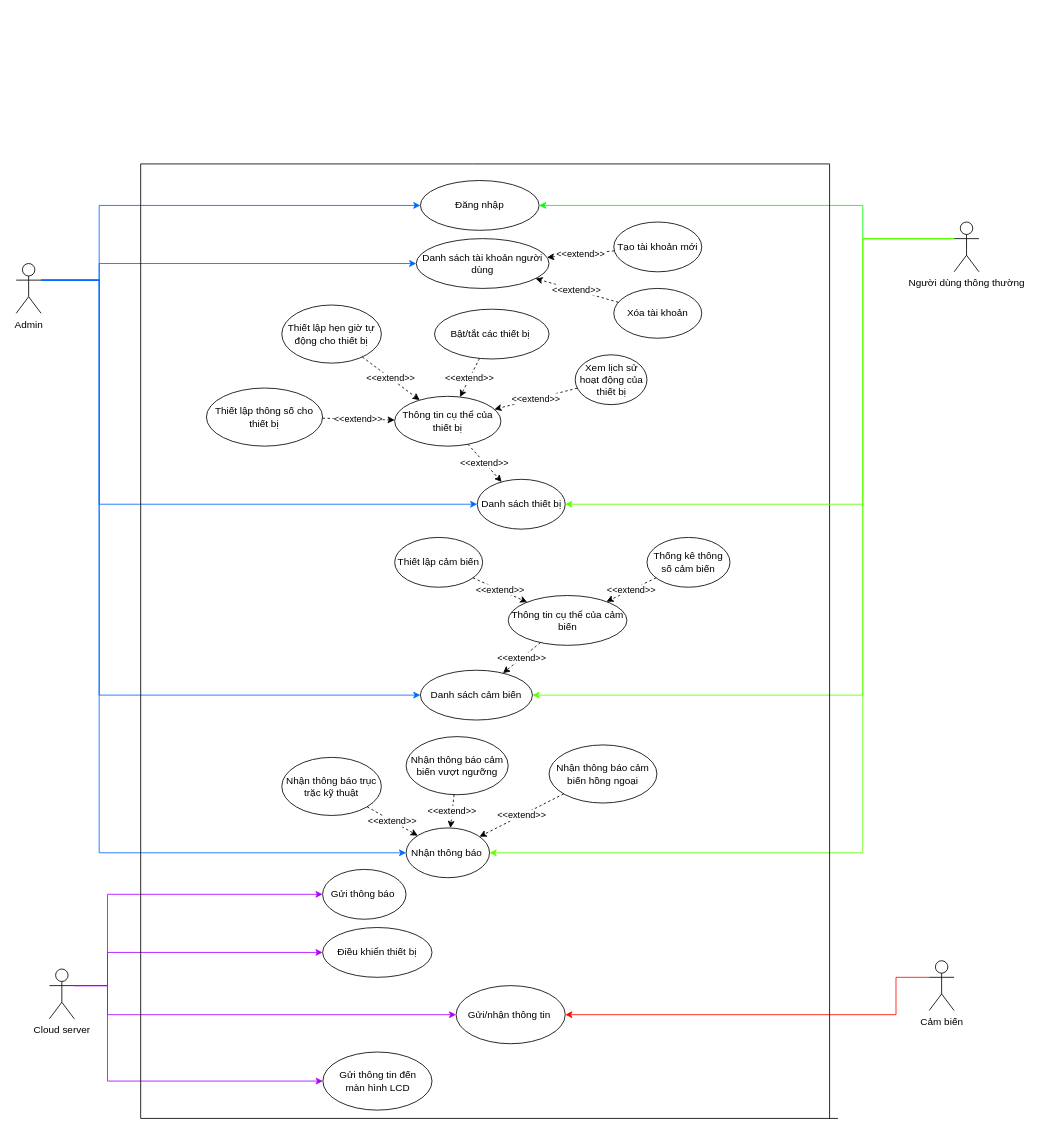
astr0tas/Smart-Home-CNPM keeps this draw.io diagram as Week 2/Use case diagram.drawio. Above is the earlier version. Source tidied: cells renumbered, new cells numbered last; positions are measured from the earlier drawing's top-left corner, leaving out a move shared by most shapes. Both pictures are drawn from the tidied source at 83%, with x=0, y=0 at pixel (16, 164).
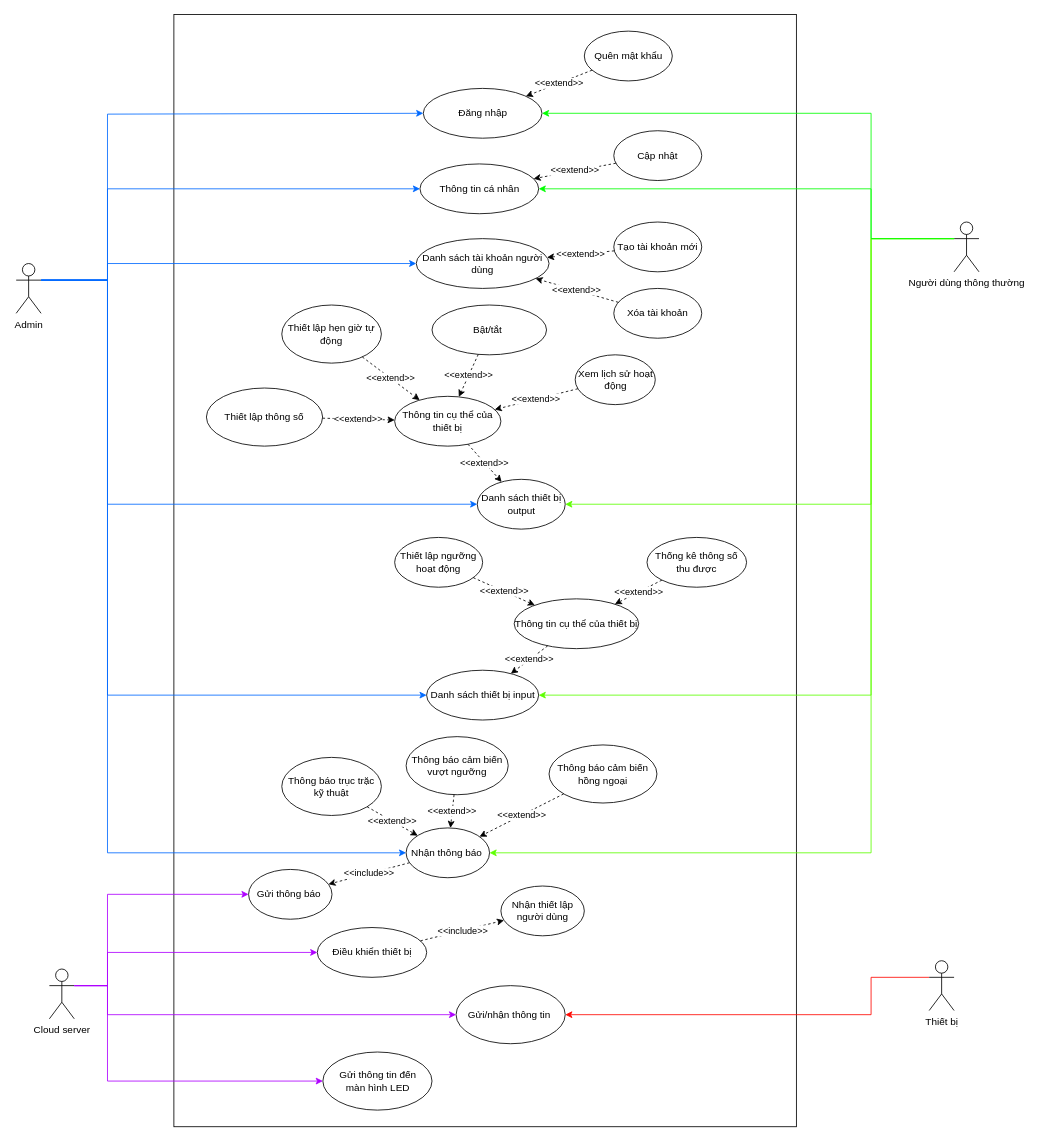
The same diagram, later.

The change refers to these unchanged cells:
```xml
<mxCell id="2" value="Admin" style="shape=umlActor;verticalLabelPosition=bottom;verticalAlign=top;html=1;outlineConnect=0;" parent="1" vertex="1">
  <mxGeometry y="120" width="30" height="60" as="geometry" />
</mxCell>
<mxCell id="12" value="Người dùng thông thường" style="shape=umlActor;verticalLabelPosition=bottom;verticalAlign=top;html=1;outlineConnect=0;" parent="1" vertex="1">
  <mxGeometry x="1130" y="70" width="30" height="60" as="geometry" />
</mxCell>
<mxCell id="16" value="Danh sách tài khoản người dùng" style="ellipse;whiteSpace=wrap;html=1;" parent="1" vertex="1">
  <mxGeometry x="482" y="90" width="160" height="60" as="geometry" />
</mxCell>
<mxCell id="37" value="Nhận thông báo&amp;nbsp;" style="ellipse;whiteSpace=wrap;html=1;" parent="1" vertex="1">
  <mxGeometry x="469.8" y="800" width="100.5" height="60" as="geometry" />
</mxCell>
<mxCell id="41" value="Gửi/nhận thông tin&amp;nbsp;" style="ellipse;whiteSpace=wrap;html=1;" parent="1" vertex="1">
  <mxGeometry x="530" y="990" width="131.5" height="70" as="geometry" />
</mxCell>
```

Diff of the diagram source:
```diff
@@
+    <mxCell id="56" style="rounded=0;whiteSpace=wrap;html=1;" parent="1" vertex="1">
+      <mxGeometry x="190" y="-180" width="750" height="1340" as="geometry" />
+    </mxCell>
@@
     <mxCell id="3" value="Đăng nhập" style="ellipse;whiteSpace=wrap;html=1;" parent="1" vertex="1">
-      <mxGeometry x="487" y="20" width="143" height="60" as="geometry" />
+      <mxGeometry x="490.5" y="-91" width="143" height="60" as="geometry" />
     </mxCell>
@@
-    <mxCell id="5" value="Danh sách thiết bị" style="ellipse;whiteSpace=wrap;html=1;" parent="1" vertex="1">
+    <mxCell id="5" value="Danh sách thiết bị output" style="ellipse;whiteSpace=wrap;html=1;" parent="1" vertex="1">
       <mxGeometry x="555.5" y="380" width="106" height="60" as="geometry" />
     </mxCell>
-    <mxCell id="6" value="Bật/tắt các thiết bị&amp;nbsp;" style="ellipse;whiteSpace=wrap;html=1;" parent="1" vertex="1">
-      <mxGeometry x="504" y="175" width="138" height="60" as="geometry" />
+    <mxCell id="6" value="Bật/tắt&amp;nbsp;" style="ellipse;whiteSpace=wrap;html=1;" parent="1" vertex="1">
+      <mxGeometry x="501" y="170" width="138" height="60" as="geometry" />
     </mxCell>
-    <mxCell id="7" value="Thiết lập hẹn giờ tự động cho thiết bị" style="ellipse;whiteSpace=wrap;html=1;" parent="1" vertex="1">
+    <mxCell id="7" value="Thiết lập hẹn giờ tự động" style="ellipse;whiteSpace=wrap;html=1;" parent="1" vertex="1">
       <mxGeometry x="320" y="170" width="120" height="70" as="geometry" />
     </mxCell>
     <mxCell id="8" style="endArrow=classic;html=1;rounded=0;entryX=0;entryY=0.5;entryDx=0;entryDy=0;exitX=1;exitY=0.3333333333333333;exitDx=0;exitDy=0;exitPerimeter=0;edgeStyle=orthogonalEdgeStyle;fillColor=#dae8fc;strokeColor=#006aff;startArrow=none;" parent="1" edge="1" source="2" target="3">
       <mxGeometry relative="1" as="geometry">
         <Array as="points">
-          <mxPoint x="100" y="140" />
-          <mxPoint x="100" y="50" />
+          <mxPoint x="110" y="140" />
+          <mxPoint x="110" y="-60" />
         </Array>
       </mxGeometry>
     </mxCell>
     <mxCell id="9" style="endArrow=classic;html=1;rounded=0;exitX=1;exitY=0.3333333333333333;exitDx=0;exitDy=0;exitPerimeter=0;edgeStyle=orthogonalEdgeStyle;fillColor=#dae8fc;strokeColor=#006aff;entryX=0;entryY=0.5;entryDx=0;entryDy=0;" parent="1" edge="1" source="2" target="5">
       <mxGeometry relative="1" as="geometry">
         <Array as="points">
-          <mxPoint x="100" y="140" />
-          <mxPoint x="100" y="410" />
+          <mxPoint x="110" y="140" />
+          <mxPoint x="110" y="410" />
         </Array>
       </mxGeometry>
     </mxCell>
     <mxCell id="10" style="edgeStyle=orthogonalEdgeStyle;rounded=0;jettySize=auto;html=1;exitX=0;exitY=0.3333333333333333;exitDx=0;exitDy=0;exitPerimeter=0;entryX=1;entryY=0.5;entryDx=0;entryDy=0;fillColor=#e51400;strokeColor=#FF0800;" parent="1" edge="1" source="11" target="41">
       <mxGeometry relative="1" as="geometry">
         <Array as="points">
-          <mxPoint x="1060" y="1025" />
+          <mxPoint x="1030" y="980" />
+          <mxPoint x="1030" y="1025" />
         </Array>
       </mxGeometry>
     </mxCell>
-    <mxCell id="11" value="Cảm biến" style="shape=umlActor;verticalLabelPosition=bottom;verticalAlign=top;html=1;outlineConnect=0;" parent="1" vertex="1">
+    <mxCell id="11" value="Thiết bị" style="shape=umlActor;verticalLabelPosition=bottom;verticalAlign=top;html=1;outlineConnect=0;" parent="1" vertex="1">
       <mxGeometry x="1100" y="960" width="30" height="60" as="geometry" />
     </mxCell>
@@
     <mxCell id="13" style="endArrow=classic;html=1;rounded=0;exitX=0;exitY=0.3333333333333333;exitDx=0;exitDy=0;exitPerimeter=0;entryX=1;entryY=0.5;entryDx=0;entryDy=0;edgeStyle=orthogonalEdgeStyle;fillColor=#008a00;strokeColor=#00ff00;" parent="1" edge="1" source="12" target="3">
       <mxGeometry relative="1" as="geometry">
         <Array as="points">
-          <mxPoint x="1020" y="90" />
-          <mxPoint x="1020" y="50" />
+          <mxPoint x="1030" y="90" />
+          <mxPoint x="1030" y="-61" />
         </Array>
       </mxGeometry>
     </mxCell>
@@
     <mxCell id="17" style="endArrow=classic;html=1;rounded=0;exitX=1;exitY=0.3333333333333333;exitDx=0;exitDy=0;exitPerimeter=0;entryX=0;entryY=0.5;entryDx=0;entryDy=0;edgeStyle=orthogonalEdgeStyle;fillColor=#dae8fc;strokeColor=#006aff;" parent="1" edge="1" source="2" target="16">
       <mxGeometry relative="1" as="geometry">
         <Array as="points">
-          <mxPoint x="100" y="125" />
-          <mxPoint x="100" y="120" />
-          <mxPoint x="480" y="120" />
+          <mxPoint x="110" y="140" />
+          <mxPoint x="110" y="120" />
         </Array>
       </mxGeometry>
     </mxCell>
-    <mxCell id="18" value="Thiết lập thông số cho thiết bị" style="ellipse;whiteSpace=wrap;html=1;" parent="1" vertex="1">
+    <mxCell id="18" value="Thiết lập thông số" style="ellipse;whiteSpace=wrap;html=1;" parent="1" vertex="1">
       <mxGeometry x="229.2" y="270" width="140" height="70" as="geometry" />
     </mxCell>
@@
-    <mxCell id="20" value="Thông tin cụ thể của cảm biến" style="ellipse;whiteSpace=wrap;html=1;" parent="1" vertex="1">
-      <mxGeometry x="592.8" y="520" width="143" height="60" as="geometry" />
+    <mxCell id="20" value="Thông tin cụ thể của thiết bị" style="ellipse;whiteSpace=wrap;html=1;" parent="1" vertex="1">
+      <mxGeometry x="600" y="524" width="150" height="60" as="geometry" />
     </mxCell>
     <mxCell id="21" style="endArrow=classic;html=1;rounded=0;strokeColor=#006aff;exitX=1;exitY=0.3333333333333333;exitDx=0;exitDy=0;exitPerimeter=0;entryX=0;entryY=0.5;entryDx=0;entryDy=0;edgeStyle=orthogonalEdgeStyle;fillColor=#dae8fc;" parent="1" edge="1" source="2" target="33">
       <mxGeometry relative="1" as="geometry">
         <Array as="points">
-          <mxPoint x="100" y="140" />
-          <mxPoint x="100" y="640" />
-          <mxPoint x="482" y="640" />
+          <mxPoint x="110" y="140" />
+          <mxPoint x="110" y="640" />
         </Array>
       </mxGeometry>
     </mxCell>
     <mxCell id="22" style="endArrow=classic;html=1;rounded=0;strokeColor=#5eff00;exitX=0;exitY=0.3333333333333333;exitDx=0;exitDy=0;exitPerimeter=0;entryX=1;entryY=0.5;entryDx=0;entryDy=0;fillColor=#d5e8d4;edgeStyle=orthogonalEdgeStyle;" parent="1" edge="1" source="12" target="33">
       <mxGeometry relative="1" as="geometry">
         <Array as="points">
-          <mxPoint x="1020" y="90" />
-          <mxPoint x="1020" y="640" />
+          <mxPoint x="1030" y="90" />
+          <mxPoint x="1030" y="640" />
         </Array>
       </mxGeometry>
     </mxCell>
-    <mxCell id="23" value="Xem lịch sử hoạt động của thiết bị" style="ellipse;whiteSpace=wrap;html=1;" parent="1" vertex="1">
-      <mxGeometry x="673.5" y="230" width="86.5" height="60" as="geometry" />
+    <mxCell id="23" value="Xem lịch sử hoạt động" style="ellipse;whiteSpace=wrap;html=1;" parent="1" vertex="1">
+      <mxGeometry x="673.5" y="230" width="96.5" height="60" as="geometry" />
     </mxCell>
-    <mxCell id="24" value="Thống kê thông số cảm biến" style="ellipse;whiteSpace=wrap;html=1;" parent="1" vertex="1">
-      <mxGeometry x="760" y="450" width="100" height="60" as="geometry" />
+    <mxCell id="24" value="Thống kê thông số thu được" style="ellipse;whiteSpace=wrap;html=1;" parent="1" vertex="1">
+      <mxGeometry x="760" y="450" width="120" height="60" as="geometry" />
     </mxCell>
-    <mxCell id="25" value="Nhận thông báo trục trặc kỹ thuật" style="ellipse;whiteSpace=wrap;html=1;" parent="1" vertex="1">
+    <mxCell id="25" value="Thông báo trục trặc kỹ thuật" style="ellipse;whiteSpace=wrap;html=1;" parent="1" vertex="1">
       <mxGeometry x="320" y="715" width="120" height="70" as="geometry" />
     </mxCell>
-    <mxCell id="26" value="Nhận thông báo cảm biến vượt ngưỡng" style="ellipse;whiteSpace=wrap;html=1;" parent="1" vertex="1">
+    <mxCell id="26" value="Thông báo cảm biến vượt ngưỡng" style="ellipse;whiteSpace=wrap;html=1;" parent="1" vertex="1">
       <mxGeometry x="469.8" y="690" width="123" height="70" as="geometry" />
     </mxCell>
-    <mxCell id="27" value="Nhận thông báo cảm biến hồng ngoại" style="ellipse;whiteSpace=wrap;html=1;" parent="1" vertex="1">
+    <mxCell id="27" value="Thông báo cảm biến hồng ngoại" style="ellipse;whiteSpace=wrap;html=1;" parent="1" vertex="1">
       <mxGeometry x="642" y="700" width="130" height="70" as="geometry" />
     </mxCell>
     <mxCell id="28" style="endArrow=classic;html=1;rounded=0;strokeColor=#5EFF00;exitX=0;exitY=0.3333333333333333;exitDx=0;exitDy=0;exitPerimeter=0;entryX=1;entryY=0.5;entryDx=0;entryDy=0;edgeStyle=orthogonalEdgeStyle;" parent="1" edge="1" source="12" target="37">
       <mxGeometry relative="1" as="geometry">
         <Array as="points">
-          <mxPoint x="1020" y="90" />
-          <mxPoint x="1020" y="830" />
+          <mxPoint x="1030" y="90" />
+          <mxPoint x="1030" y="830" />
         </Array>
       </mxGeometry>
     </mxCell>
     <mxCell id="29" style="endArrow=classic;html=1;rounded=0;strokeColor=#006aff;exitX=1;exitY=0.3333333333333333;exitDx=0;exitDy=0;exitPerimeter=0;entryX=0;entryY=0.5;entryDx=0;entryDy=0;edgeStyle=orthogonalEdgeStyle;" parent="1" edge="1" source="2" target="37">
       <mxGeometry relative="1" as="geometry">
         <Array as="points">
-          <mxPoint x="100" y="140" />
-          <mxPoint x="100" y="830" />
+          <mxPoint x="110" y="140" />
+          <mxPoint x="110" y="830" />
         </Array>
       </mxGeometry>
     </mxCell>
@@
-    <mxCell id="33" value="Danh sách cảm biến" style="ellipse;whiteSpace=wrap;html=1;" parent="1" vertex="1">
-      <mxGeometry x="487" y="610" width="135" height="60" as="geometry" />
+    <mxCell id="33" value="Danh sách thiết bị input" style="ellipse;whiteSpace=wrap;html=1;" parent="1" vertex="1">
+      <mxGeometry x="494.5" y="610" width="135" height="60" as="geometry" />
     </mxCell>
@@
     <mxCell id="36" value="Điều khiển thiết bị" style="ellipse;whiteSpace=wrap;html=1;" parent="1" vertex="1">
-      <mxGeometry x="369.2" y="920" width="131.8" height="60" as="geometry" />
+      <mxGeometry x="362.8" y="920" width="131.8" height="60" as="geometry" />
     </mxCell>
@@
     <mxCell id="44" value="Gửi thông báo&amp;nbsp;" style="ellipse;whiteSpace=wrap;html=1;" parent="1" vertex="1">
-      <mxGeometry x="369.2" y="850" width="100.5" height="60" as="geometry" />
+      <mxGeometry x="280" y="850" width="100.5" height="60" as="geometry" />
     </mxCell>
@@
-    <mxCell id="46" value="Thiết lập cảm biến" style="ellipse;whiteSpace=wrap;html=1;" parent="1" vertex="1">
+    <mxCell id="46" value="Thiết lập ngưỡng hoạt động" style="ellipse;whiteSpace=wrap;html=1;" parent="1" vertex="1">
       <mxGeometry x="456" y="450" width="106" height="60" as="geometry" />
     </mxCell>
-    <mxCell id="47" value="Gửi thông tin đến&lt;br&gt;màn hình LCD" style="ellipse;whiteSpace=wrap;html=1;" parent="1" vertex="1">
+    <mxCell id="47" value="Gửi thông tin đến&lt;br&gt;màn hình LED" style="ellipse;whiteSpace=wrap;html=1;" parent="1" vertex="1">
       <mxGeometry x="369.5" y="1070" width="131.5" height="70" as="geometry" />
     </mxCell>
@@
-    <mxCell id="49" style="endArrow=none;html=1;rounded=0;" parent="1" edge="1">
-      <mxGeometry relative="1" as="geometry">
-        <mxPoint x="990" y="1150" as="sourcePoint" />
-        <mxPoint x="980" y="1150" as="targetPoint" />
-        <Array as="points">
-          <mxPoint x="150" y="1150" />
-          <mxPoint x="150" />
-          <mxPoint x="550" />
-          <mxPoint x="980" />
-        </Array>
-      </mxGeometry>
-    </mxCell>
     <mxCell id="50" style="endArrow=classic;html=1;rounded=0;exitX=0;exitY=0.3333333333333333;exitDx=0;exitDy=0;exitPerimeter=0;entryX=1;entryY=0.5;entryDx=0;entryDy=0;strokeColor=#5EFF00;edgeStyle=orthogonalEdgeStyle;" parent="1" edge="1" source="12" target="5">
       <mxGeometry relative="1" as="geometry">
         <Array as="points">
-          <mxPoint x="1020" y="90" />
-          <mxPoint x="1020" y="410" />
+          <mxPoint x="1030" y="90" />
+          <mxPoint x="1030" y="410" />
         </Array>
       </mxGeometry>
     </mxCell>
@@
+    <mxCell id="57" value="Nhận thiết lập người dùng" style="ellipse;whiteSpace=wrap;html=1;" parent="1" vertex="1">
+      <mxGeometry x="584" y="870" width="100.5" height="60" as="geometry" />
+    </mxCell>
+    <mxCell id="58" value="&amp;lt;&amp;lt;include&amp;gt;&amp;gt;" style="endArrow=classic;html=1;rounded=0;dashed=1;" parent="1" edge="1" source="36" target="57">
+      <mxGeometry relative="1" as="geometry" />
+    </mxCell>
+    <mxCell id="59" value="&amp;lt;&amp;lt;include&amp;gt;&amp;gt;" style="endArrow=classic;html=1;rounded=0;dashed=1;" parent="1" edge="1" source="37" target="44">
+      <mxGeometry relative="1" as="geometry" />
+    </mxCell>
+    <mxCell id="60" value="Quên mật khẩu" style="ellipse;whiteSpace=wrap;html=1;" parent="1" vertex="1">
+      <mxGeometry x="684.5" y="-160" width="106" height="60" as="geometry" />
+    </mxCell>
+    <mxCell id="61" value="&amp;lt;&amp;lt;extend&amp;gt;&amp;gt;" style="endArrow=classic;html=1;rounded=0;dashed=1;" parent="1" edge="1" source="60" target="3">
+      <mxGeometry relative="1" as="geometry" />
+    </mxCell>
+    <mxCell id="62" value="Thông tin cá nhân" style="ellipse;whiteSpace=wrap;html=1;" parent="1" vertex="1">
+      <mxGeometry x="486.5" width="143" height="60" as="geometry" />
+    </mxCell>
+    <mxCell id="63" value="Cập nhật" style="ellipse;whiteSpace=wrap;html=1;" parent="1" vertex="1">
+      <mxGeometry x="720" y="-40" width="106" height="60" as="geometry" />
+    </mxCell>
+    <mxCell id="64" value="&amp;lt;&amp;lt;extend&amp;gt;&amp;gt;" style="endArrow=classic;html=1;rounded=0;dashed=1;" parent="1" edge="1" source="63" target="62">
+      <mxGeometry relative="1" as="geometry" />
+    </mxCell>
+    <mxCell id="65" style="endArrow=classic;html=1;rounded=0;exitX=0;exitY=0.3333333333333333;exitDx=0;exitDy=0;exitPerimeter=0;entryX=1;entryY=0.5;entryDx=0;entryDy=0;edgeStyle=orthogonalEdgeStyle;fillColor=#008a00;strokeColor=#00ff00;" parent="1" edge="1" source="12" target="62">
+      <mxGeometry relative="1" as="geometry">
+        <Array as="points">
+          <mxPoint x="1030" y="90" />
+          <mxPoint x="1030" y="30" />
+        </Array>
+      </mxGeometry>
+    </mxCell>
+    <mxCell id="66" style="endArrow=classic;html=1;rounded=0;exitX=1;exitY=0.3333333333333333;exitDx=0;exitDy=0;exitPerimeter=0;entryX=0;entryY=0.5;entryDx=0;entryDy=0;edgeStyle=orthogonalEdgeStyle;fillColor=#dae8fc;strokeColor=#006aff;" parent="1" edge="1" source="2" target="62">
+      <mxGeometry relative="1" as="geometry">
+        <Array as="points">
+          <mxPoint x="110" y="140" />
+          <mxPoint x="110" y="30" />
+        </Array>
+      </mxGeometry>
+    </mxCell>
```
